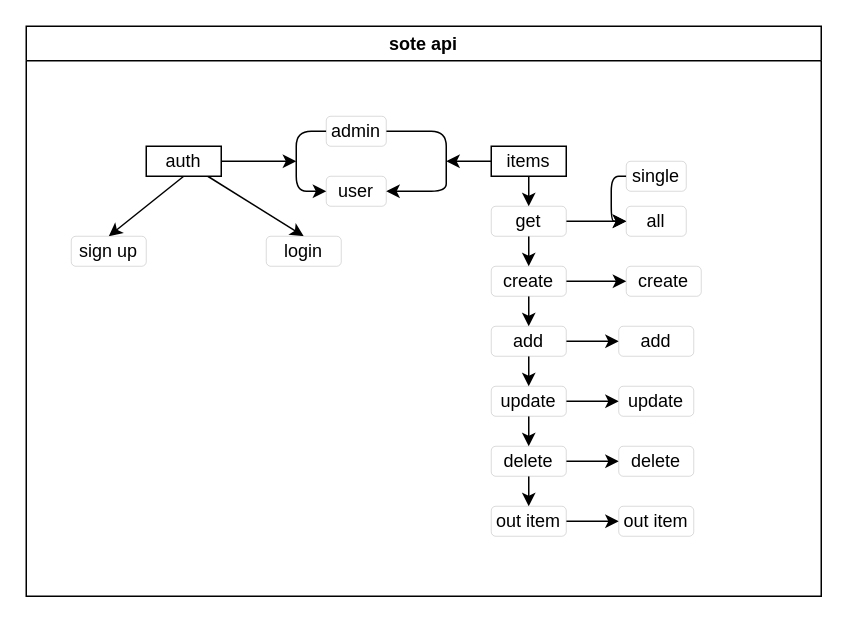
Above: model.drawio in ubeyidah/store-api-backend (draw.io), before the change. Source tidied: cells renumbered, new cells numbered last; positions are measured from the earlier drawing's top-left corner, leaving out a move shared by most shapes. Both pictures are drawn from the tidied source at 150%, with x=0, y=0 at pixel (26, 26).
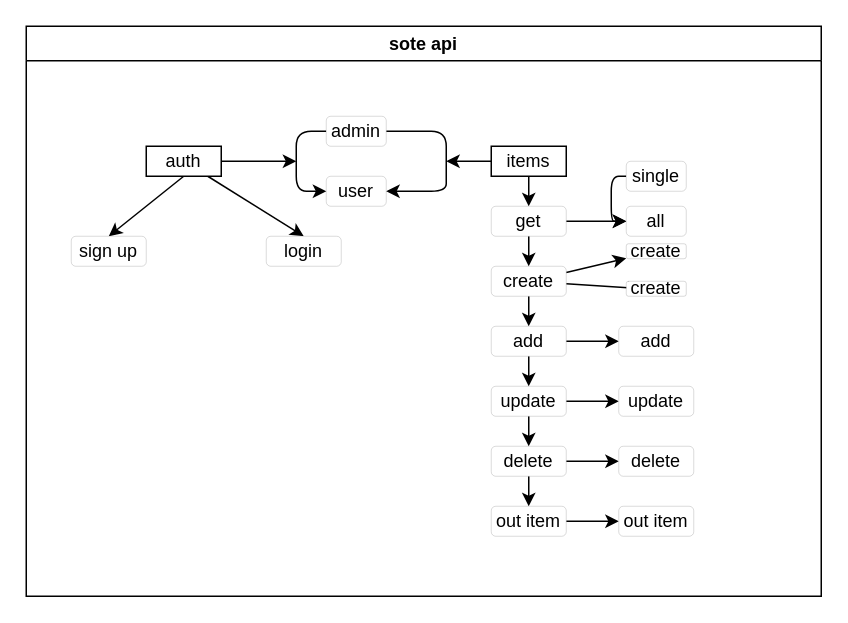
Above is the later version.

Commit message (it also covers changes not shown here):
create store item model and add trim properity to models

Unchanged cells that the change refers to:
```xml
<mxCell id="19" value="create" style="rounded=1;whiteSpace=wrap;html=1;strokeWidth=0;" parent="1" vertex="1">
  <mxGeometry x="310" y="160" width="50" height="20" as="geometry" />
</mxCell>
<mxCell id="40" value="sote api" style="swimlane;whiteSpace=wrap;html=1;strokeWidth=1;" parent="1" vertex="1">
  <mxGeometry width="530" height="380" as="geometry" />
</mxCell>
```

Diff of the diagram source:
```diff
@@
-    <mxCell id="18" style="edgeStyle=none;html=1;entryX=0;entryY=0.5;entryDx=0;entryDy=0;" parent="1" edge="1" source="19" target="35">
+    <mxCell id="18" style="edgeStyle=none;html=1;" parent="1" edge="1" source="19" target="35">
       <mxGeometry relative="1" as="geometry" />
     </mxCell>
+    <mxCell id="41" style="edgeStyle=none;html=1;" parent="1" edge="1" source="19">
+      <mxGeometry relative="1" as="geometry">
+        <mxPoint x="410" y="175" as="targetPoint" />
+      </mxGeometry>
+    </mxCell>
@@
-    <mxCell id="35" value="create" style="rounded=1;whiteSpace=wrap;html=1;strokeWidth=0;" parent="1" vertex="1">
-      <mxGeometry x="400" y="160" width="50" height="20" as="geometry" />
-    </mxCell>
@@
+    <mxCell id="42" value="create" style="rounded=1;whiteSpace=wrap;html=1;strokeWidth=0;" parent="40" vertex="1">
+      <mxGeometry x="400" y="170" width="40" height="10" as="geometry" />
+    </mxCell>
+    <mxCell id="35" value="create" style="rounded=1;whiteSpace=wrap;html=1;strokeWidth=0;" parent="40" vertex="1">
+      <mxGeometry x="400" y="145" width="40" height="10" as="geometry" />
+    </mxCell>
```
